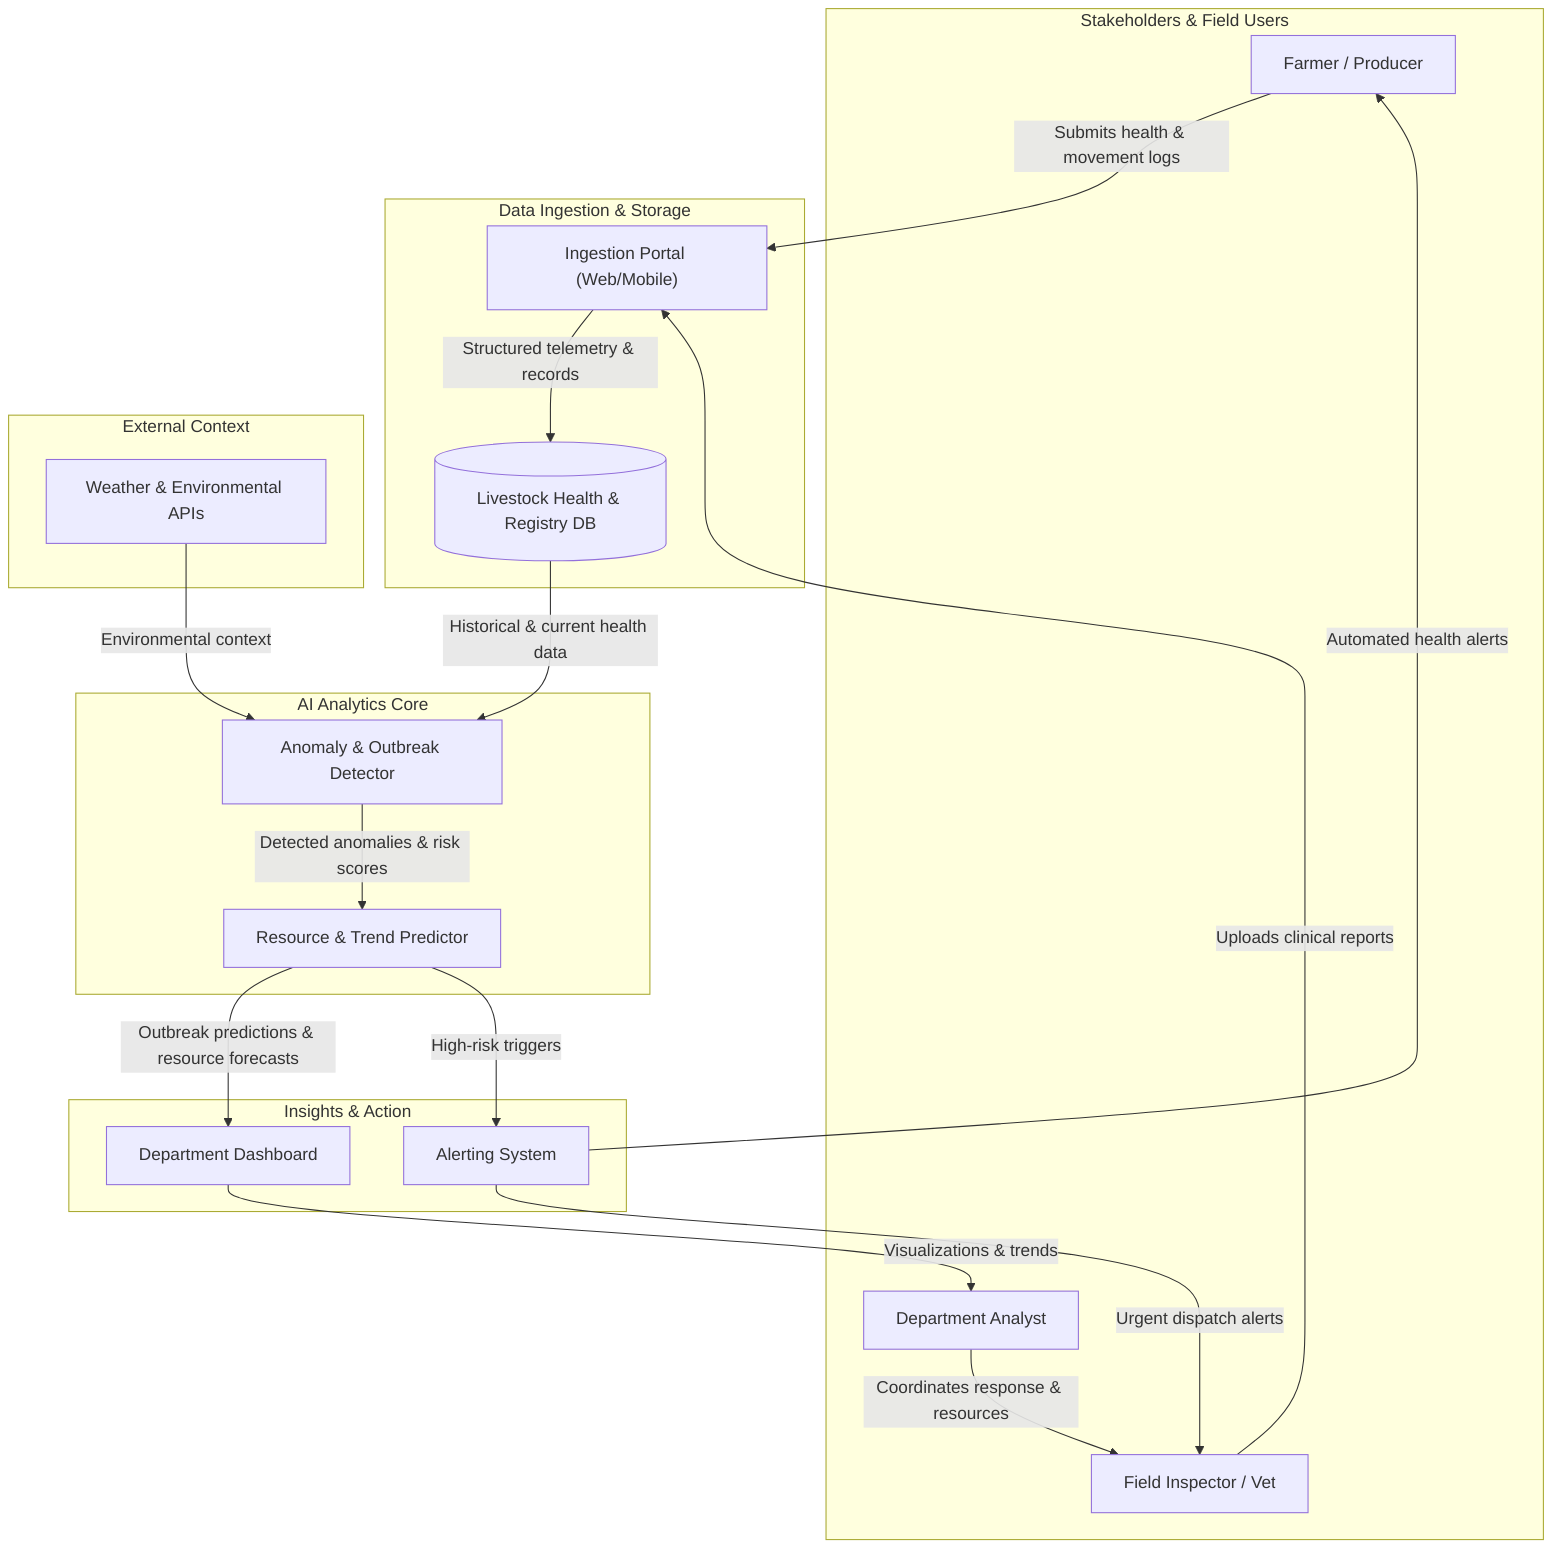
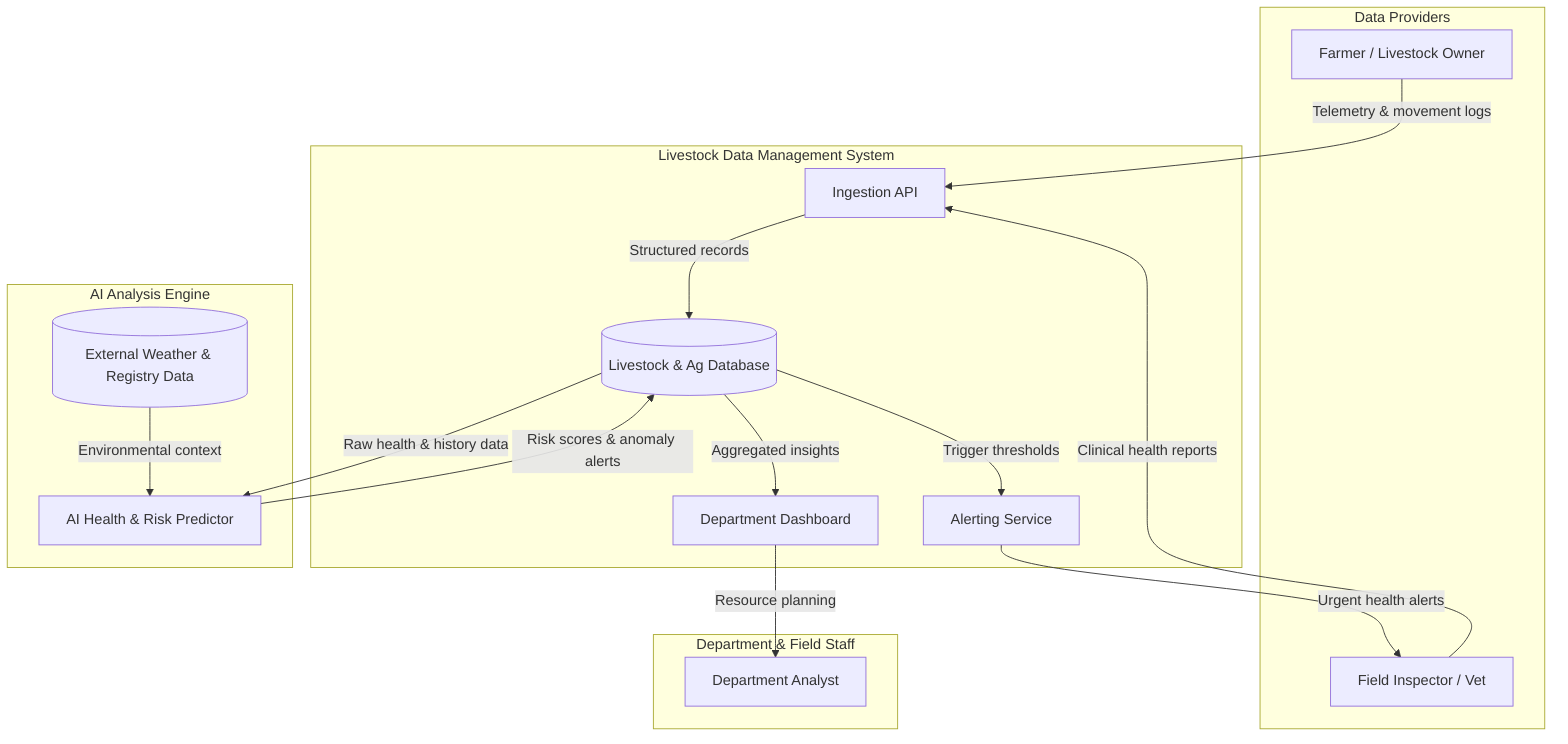
flowchart TD
-     subgraph Actors ["Stakeholders & Field Users"]
-         Farmer["Farmer / Producer"]
-         Inspector["Field Inspector / Vet"]
-         Analyst["Department Analyst"]
+     subgraph Data_Sources [Data Providers]
+         Farmer[Farmer / Livestock Owner]
+         Inspector[Field Inspector / Vet]
    end

-     subgraph Ingestion ["Data Ingestion & Storage"]
-         Portal["Ingestion Portal (Web/Mobile)"]
-         DB[("Livestock Health & Registry DB")]
+     subgraph Core_System [Livestock Data Management System]
+         Ingest[Ingestion API]
+         DB[(Livestock & Ag Database)]
+         Dashboard[Department Dashboard]
+         Alerts[Alerting Service]
    end

-     subgraph AI ["AI Analytics Core"]
-         Anomaly["Anomaly & Outbreak Detector"]
-         Predictive["Resource & Trend Predictor"]
+     subgraph AI_Layer [AI Analysis Engine]
+         AIEngine[AI Health & Risk Predictor]
+         ExtData[(External Weather & Registry Data)]
    end

-     subgraph External ["External Context"]
-         EnvData["Weather & Environmental APIs"]
+     subgraph Consumers [Department & Field Staff]
+         Analyst[Department Analyst]
    end

-     subgraph Output ["Insights & Action"]
-         Dashboard["Department Dashboard"]
-         Alerts["Alerting System"]
-     end
- 
-     %% Data Flow
-     Farmer -->|Submits health & movement logs| Portal
-     Inspector -->|Uploads clinical reports| Portal
-     Portal -->|Structured telemetry & records| DB
- 
-     %% AI Processing
-     DB -->|Historical & current health data| Anomaly
-     EnvData -->|Environmental context| Anomaly
-     Anomaly -->|Detected anomalies & risk scores| Predictive
-     Predictive -->|Outbreak predictions & resource forecasts| Dashboard
- 
-     %% Feedback Loop / Actions
-     Dashboard -->|Visualizations & trends| Analyst
-     Predictive -->|High-risk triggers| Alerts
-     Alerts -->|Automated health alerts| Farmer
-     Alerts -->|Urgent dispatch alerts| Inspector
-     Analyst -->|Coordinates response & resources| Inspector+     Farmer -->|Telemetry & movement logs| Ingest
+     Inspector -->|Clinical health reports| Ingest
+     Ingest -->|Structured records| DB
+     DB -->|Raw health & history data| AIEngine
+     ExtData -->|Environmental context| AIEngine
+     AIEngine -->|Risk scores & anomaly alerts| DB
+     DB -->|Aggregated insights| Dashboard
+     DB -->|Trigger thresholds| Alerts
+     Dashboard -->|Resource planning| Analyst
+     Alerts -->|Urgent health alerts| Inspector